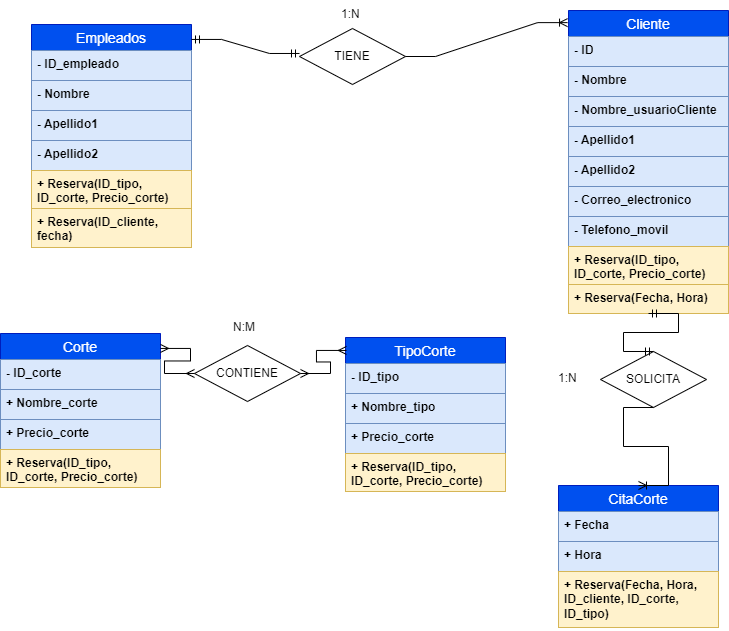
The draw.io diagram doc/diagrama_clases/DrawIO/DiagramaClases.png in Jorgeev27/Servicio-Peluqueria, before a commit. Source tidied: cells renumbered, new cells last; positions are measured from the earlier drawing's top-left corner, leaving out a move shared by most shapes.
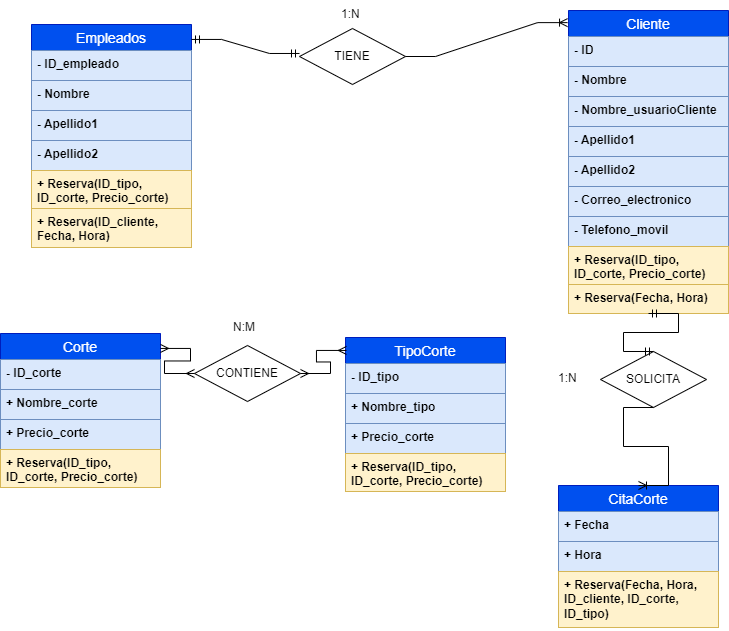
The same diagram one commit later.

Change to the diagram source:
```diff
@@ -26,7 +26,7 @@
     <mxCell id="9" value="&lt;b&gt;+ Reserva(ID_tipo, ID_corte, Precio_corte)&lt;/b&gt;" style="text;strokeColor=#d6b656;fillColor=#fff2cc;spacingLeft=4;spacingRight=4;overflow=hidden;fontSize=12;whiteSpace=wrap;html=1;" parent="4" vertex="1">
       <mxGeometry y="146" width="160" height="38" as="geometry" />
     </mxCell>
-    <mxCell id="10" value="&lt;b&gt;+ Reserva(ID_cliente, fecha)&lt;/b&gt;" style="text;strokeColor=#d6b656;fillColor=#fff2cc;spacingLeft=4;spacingRight=4;overflow=hidden;fontSize=12;whiteSpace=wrap;html=1;" parent="4" vertex="1">
+    <mxCell id="10" value="&lt;b&gt;+ Reserva(ID_cliente, Fecha, Hora)&lt;/b&gt;" style="text;strokeColor=#d6b656;fillColor=#fff2cc;spacingLeft=4;spacingRight=4;overflow=hidden;fontSize=12;whiteSpace=wrap;html=1;" parent="4" vertex="1">
       <mxGeometry y="184" width="160" height="39" as="geometry" />
     </mxCell>
     <mxCell id="11" value="Cliente" style="swimlane;fontStyle=0;horizontal=1;startSize=26;align=center;fontSize=14;labelBackgroundColor=none;labelBorderColor=none;fillColor=#0050ef;strokeColor=#001DBC;fontColor=#ffffff;" parent="1" vertex="1">
```
